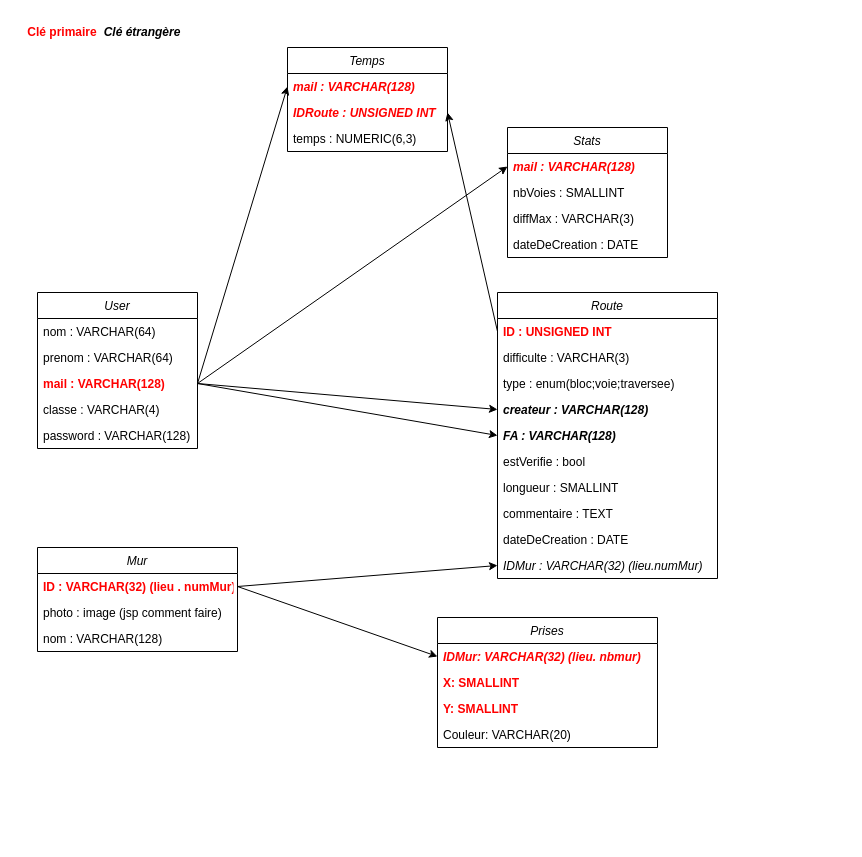
The draw.io diagram diagrammeDB.drawio in Greenmattt/SeekAClimb, before the edit. Source tidied: cells renumbered, new cells numbered last; positions are measured from the earlier drawing's top-left corner, leaving out a move shared by most shapes. Both pictures are drawn from the tidied source at 100%, with x=0, y=0 at pixel (17, 17).
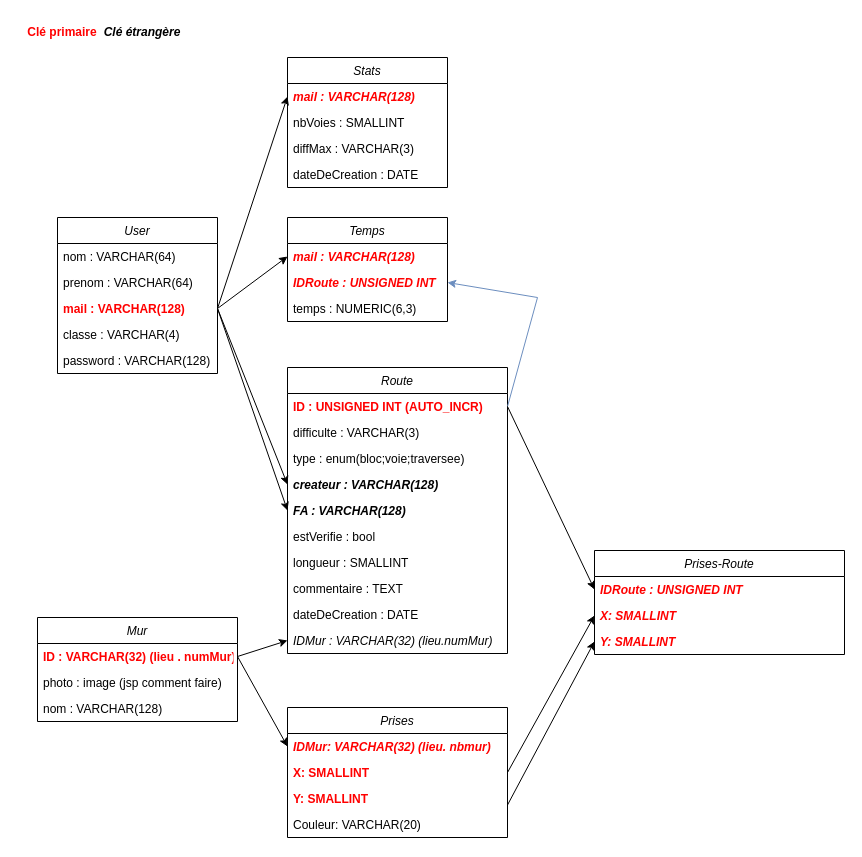
The same page after the edit.

Unchanged cells that the change refers to:
```xml
<mxCell id="16" value="X: SMALLINT" style="text;align=left;verticalAlign=top;spacingLeft=4;spacingRight=4;overflow=hidden;points=[[0,0.5],[1,0.5]];portConstraint=eastwest;fontColor=#FF0000;fontStyle=1;" parent="14" vertex="1">
  <mxGeometry y="52" width="220" height="26" as="geometry" />
</mxCell>
<mxCell id="21" value="IDRoute : UNSIGNED INT" style="text;align=left;verticalAlign=top;spacingLeft=4;spacingRight=4;overflow=hidden;points=[[0,0.5],[1,0.5]];portConstraint=eastwest;rounded=0;shadow=0;html=0;fontColor=#FF0000;fontStyle=3;" parent="19" vertex="1">
  <mxGeometry y="52" width="160" height="26" as="geometry" />
</mxCell>
```

Diff of the diagram source:
```diff
@@
     <mxCell id="2" value="User" style="swimlane;fontStyle=2;align=center;verticalAlign=top;horizontal=1;startSize=26;rounded=0;shadow=0;strokeWidth=1;" parent="1" vertex="1">
-      <mxGeometry x="20" y="275" width="160" height="156" as="geometry" />
+      <mxGeometry x="40" y="200" width="160" height="156" as="geometry" />
     </mxCell>
@@
     <mxCell id="10" value="Mur" style="swimlane;fontStyle=2;align=center;verticalAlign=top;horizontal=1;startSize=26;rounded=0;shadow=0;strokeWidth=1;" parent="1" vertex="1">
-      <mxGeometry x="20" y="530" width="200" height="104" as="geometry" />
+      <mxGeometry x="20" y="600" width="200" height="104" as="geometry" />
     </mxCell>
@@
     <mxCell id="14" value="Prises" style="swimlane;fontStyle=2;align=center;verticalAlign=top;horizontal=1;startSize=26;rounded=0;shadow=0;strokeWidth=1;" parent="1" vertex="1">
-      <mxGeometry x="420" y="600" width="220" height="130" as="geometry" />
+      <mxGeometry x="270" y="690" width="220" height="130" as="geometry" />
     </mxCell>
@@
     <mxCell id="19" value="Temps" style="swimlane;fontStyle=2;align=center;verticalAlign=top;horizontal=1;startSize=26;rounded=0;shadow=0;strokeWidth=1;" parent="1" vertex="1">
-      <mxGeometry x="270" y="30" width="160" height="104" as="geometry" />
+      <mxGeometry x="270" y="200" width="160" height="104" as="geometry" />
     </mxCell>
@@
     <mxCell id="23" value="Stats" style="swimlane;fontStyle=2;align=center;verticalAlign=top;horizontal=1;startSize=26;rounded=0;shadow=0;strokeWidth=1;" parent="1" vertex="1">
-      <mxGeometry x="490" y="110" width="160" height="130" as="geometry" />
+      <mxGeometry x="270" y="40" width="160" height="130" as="geometry" />
     </mxCell>
@@
     <mxCell id="34" value="Route" style="swimlane;fontStyle=2;align=center;verticalAlign=top;horizontal=1;startSize=26;rounded=0;shadow=0;strokeWidth=1;" parent="1" vertex="1">
-      <mxGeometry x="480" y="275" width="220" height="286" as="geometry" />
+      <mxGeometry x="270" y="350" width="220" height="286" as="geometry" />
     </mxCell>
-    <mxCell id="35" value="ID : UNSIGNED INT" style="text;align=left;verticalAlign=top;spacingLeft=4;spacingRight=4;overflow=hidden;points=[[0,0.5],[1,0.5]];portConstraint=eastwest;rounded=0;shadow=0;html=0;fontColor=#FF0000;fontStyle=1;" parent="34" vertex="1">
+    <mxCell id="35" value="ID : UNSIGNED INT (AUTO_INCR)" style="text;align=left;verticalAlign=top;spacingLeft=4;spacingRight=4;overflow=hidden;points=[[0,0.5],[1,0.5]];portConstraint=eastwest;rounded=0;shadow=0;html=0;fontColor=#FF0000;fontStyle=1;" parent="34" vertex="1">
       <mxGeometry y="26" width="220" height="26" as="geometry" />
     </mxCell>
@@
-    <mxCell id="45" style="endArrow=classic;html=1;rounded=0;exitX=0;exitY=0.5;exitDx=0;exitDy=0;entryX=1;entryY=0.5;entryDx=0;entryDy=0;" parent="1" edge="1" source="35" target="21">
-      <mxGeometry relative="1" as="geometry" />
+    <mxCell id="45" style="endArrow=classic;html=1;rounded=0;exitX=1;exitY=0.5;exitDx=0;exitDy=0;entryX=1;entryY=0.5;entryDx=0;entryDy=0;fillColor=#dae8fc;strokeColor=#6c8ebf;" parent="1" edge="1" source="35" target="21">
+      <mxGeometry relative="1" as="geometry">
+        <Array as="points">
+          <mxPoint x="520" y="280" />
+        </Array>
+      </mxGeometry>
     </mxCell>
+    <mxCell id="46" value="Prises-Route" style="swimlane;fontStyle=2;align=center;verticalAlign=top;horizontal=1;startSize=26;rounded=0;shadow=0;strokeWidth=1;" parent="1" vertex="1">
+      <mxGeometry x="577" y="533" width="250" height="104" as="geometry" />
+    </mxCell>
+    <mxCell id="47" value="IDRoute : UNSIGNED INT" style="text;align=left;verticalAlign=top;spacingLeft=4;spacingRight=4;overflow=hidden;points=[[0,0.5],[1,0.5]];portConstraint=eastwest;rounded=0;shadow=0;html=0;fontColor=#FF0000;fontStyle=3;" parent="46" vertex="1">
+      <mxGeometry y="26" width="250" height="26" as="geometry" />
+    </mxCell>
+    <mxCell id="48" value="X: SMALLINT" style="text;align=left;verticalAlign=top;spacingLeft=4;spacingRight=4;overflow=hidden;points=[[0,0.5],[1,0.5]];portConstraint=eastwest;fontColor=#FF0000;fontStyle=3;" parent="46" vertex="1">
+      <mxGeometry y="52" width="250" height="26" as="geometry" />
+    </mxCell>
+    <mxCell id="49" value="Y: SMALLINT" style="text;align=left;verticalAlign=top;spacingLeft=4;spacingRight=4;overflow=hidden;points=[[0,0.5],[1,0.5]];portConstraint=eastwest;fontColor=#FF0000;fontStyle=3;" parent="46" vertex="1">
+      <mxGeometry y="78" width="250" height="26" as="geometry" />
+    </mxCell>
+    <mxCell id="50" style="endArrow=classic;html=1;rounded=0;exitX=1;exitY=0.5;exitDx=0;exitDy=0;entryX=0;entryY=0.5;entryDx=0;entryDy=0;" parent="1" edge="1" source="35" target="47">
+      <mxGeometry relative="1" as="geometry" />
+    </mxCell>
+    <mxCell id="51" style="endArrow=classic;html=1;rounded=0;exitX=1;exitY=0.5;exitDx=0;exitDy=0;entryX=0;entryY=0.5;entryDx=0;entryDy=0;" parent="1" edge="1" source="16" target="48">
+      <mxGeometry relative="1" as="geometry" />
+    </mxCell>
+    <mxCell id="52" style="endArrow=classic;html=1;rounded=0;exitX=1;exitY=0.75;exitDx=0;exitDy=0;entryX=0;entryY=0.5;entryDx=0;entryDy=0;" parent="1" edge="1" source="14" target="49">
+      <mxGeometry relative="1" as="geometry" />
+    </mxCell>
```
